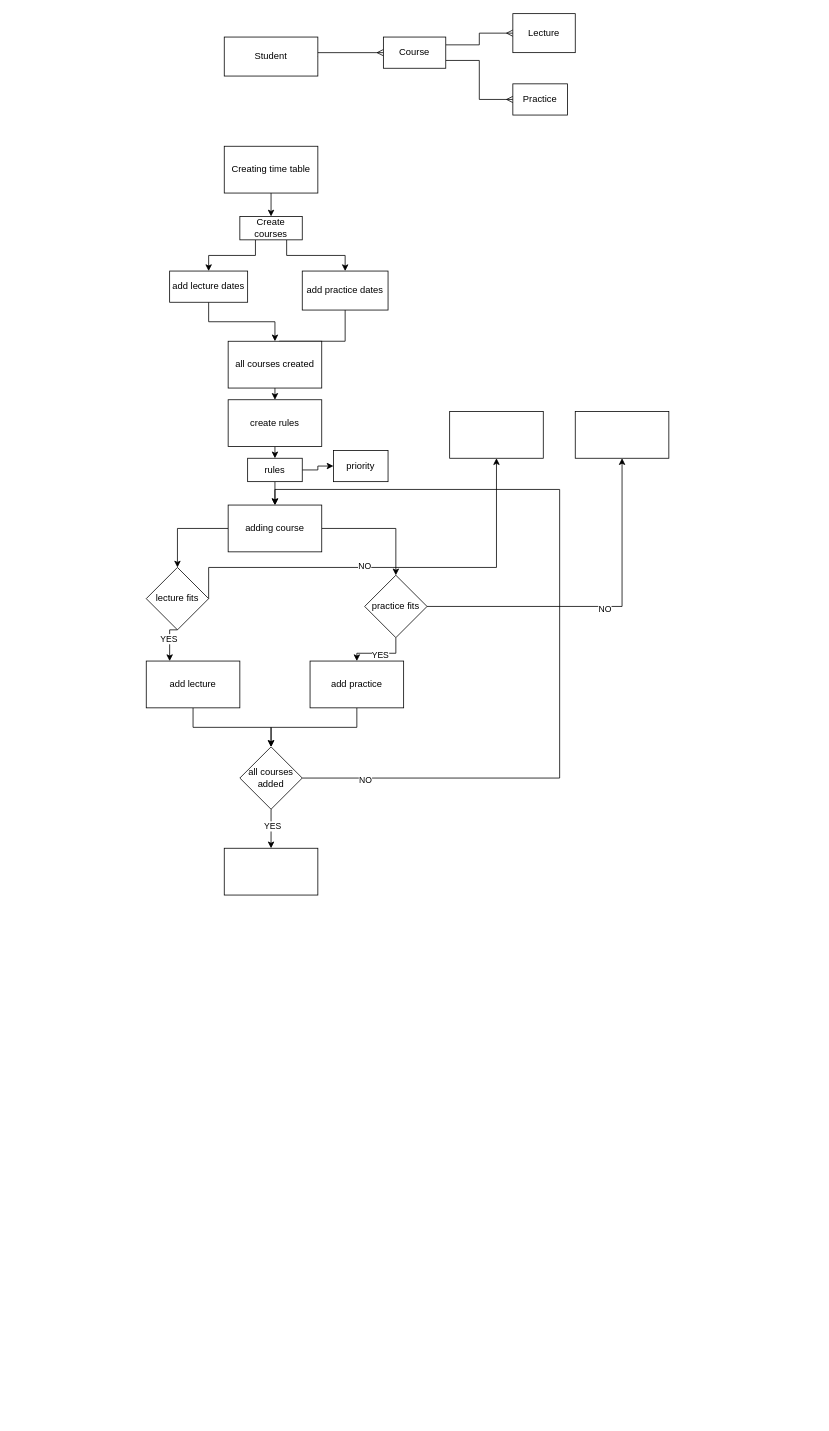
Above: colleage_planer.drawio in adam-filinger/FileMaster (draw.io), before the change. Source tidied: cells renumbered, new cells numbered last; positions are measured from the earlier drawing's top-left corner, leaving out a move shared by most shapes. Both pictures are drawn from the tidied source at 78%, with x=0, y=0 at pixel (146, 13).
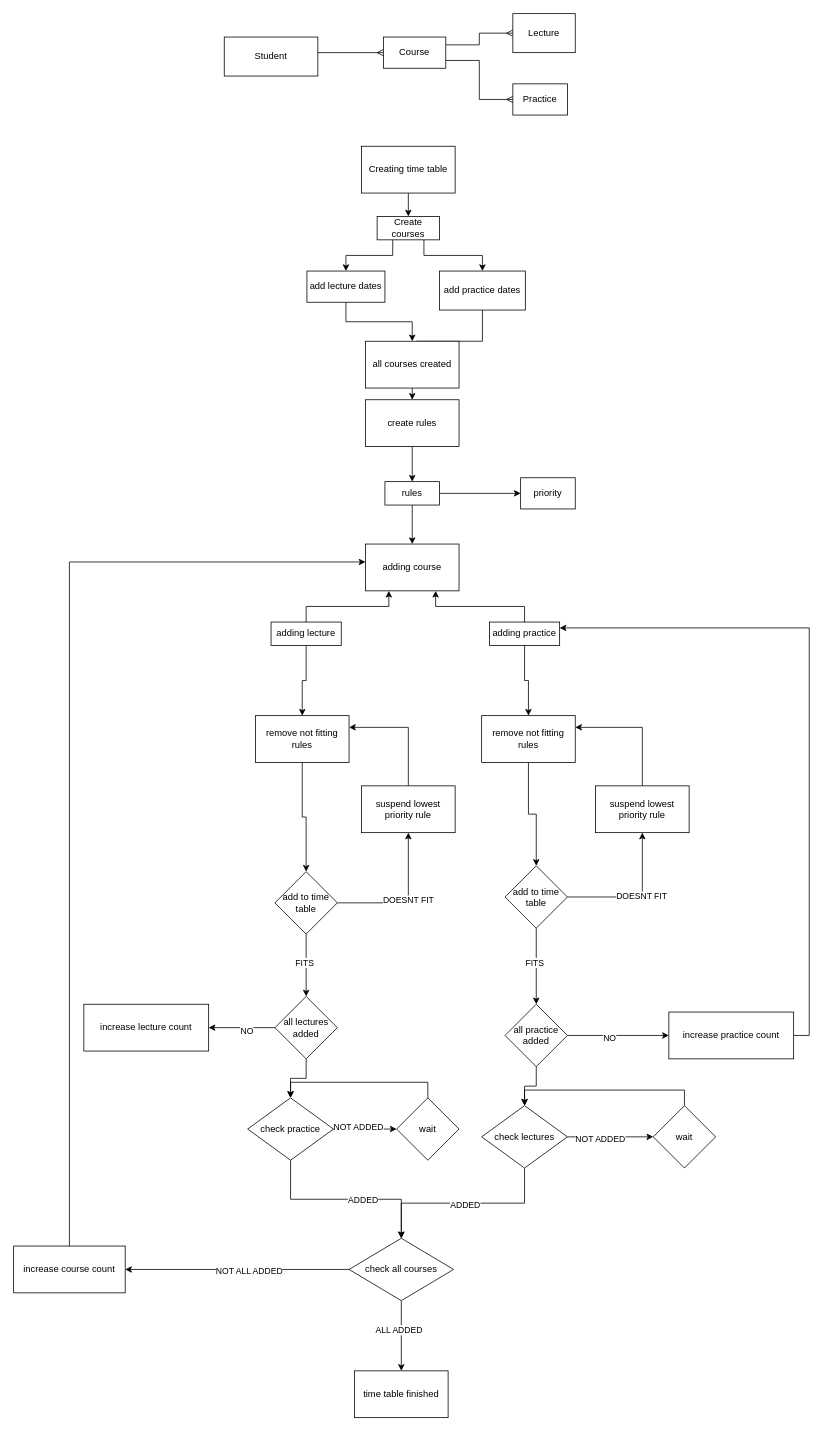
After the change.

The edit, as a diff of the source:
```diff
@@
     <mxCell id="11" value="Creating time table" style="rounded=0;whiteSpace=wrap;html=1;" parent="1" vertex="1">
-      <mxGeometry x="100" y="170" width="120" height="60" as="geometry" />
+      <mxGeometry x="276" y="170" width="120" height="60" as="geometry" />
     </mxCell>
@@
     <mxCell id="14" value="Create courses" style="rounded=0;whiteSpace=wrap;html=1;" parent="1" vertex="1">
-      <mxGeometry x="120" y="260" width="80" height="30" as="geometry" />
+      <mxGeometry x="296" y="260" width="80" height="30" as="geometry" />
     </mxCell>
@@
     <mxCell id="16" value="add lecture dates" style="rounded=0;whiteSpace=wrap;html=1;" parent="1" vertex="1">
-      <mxGeometry x="30" y="330" width="100" height="40" as="geometry" />
+      <mxGeometry x="206" y="330" width="100" height="40" as="geometry" />
     </mxCell>
     <mxCell id="17" style="edgeStyle=orthogonalEdgeStyle;rounded=0;jettySize=auto;html=1;exitX=0.5;exitY=1;exitDx=0;exitDy=0;" parent="1" edge="1" source="18">
       <mxGeometry relative="1" as="geometry">
-        <mxPoint x="170" y="460" as="targetPoint" />
+        <mxPoint x="346" y="460" as="targetPoint" />
       </mxGeometry>
     </mxCell>
     <mxCell id="18" value="add practice dates" style="rounded=0;whiteSpace=wrap;html=1;" parent="1" vertex="1">
-      <mxGeometry x="200" y="330" width="110" height="50" as="geometry" />
+      <mxGeometry x="376" y="330" width="110" height="50" as="geometry" />
     </mxCell>
@@
     <mxCell id="20" value="&lt;div&gt;all courses created&lt;/div&gt;" style="rounded=0;whiteSpace=wrap;html=1;" parent="1" vertex="1">
-      <mxGeometry x="105" y="420" width="120" height="60" as="geometry" />
+      <mxGeometry x="281" y="420" width="120" height="60" as="geometry" />
     </mxCell>
@@
     <mxCell id="22" value="create rules" style="rounded=0;whiteSpace=wrap;html=1;" parent="1" vertex="1">
-      <mxGeometry x="105" y="495" width="120" height="60" as="geometry" />
+      <mxGeometry x="281" y="495" width="120" height="60" as="geometry" />
     </mxCell>
@@
     <mxCell id="25" value="rules" style="rounded=0;whiteSpace=wrap;html=1;" parent="1" vertex="1">
-      <mxGeometry x="130" y="570" width="70" height="30" as="geometry" />
+      <mxGeometry x="306" y="600" width="70" height="30" as="geometry" />
     </mxCell>
     <mxCell id="26" value="priority" style="rounded=0;whiteSpace=wrap;html=1;" parent="1" vertex="1">
-      <mxGeometry x="240" y="560" width="70" height="40" as="geometry" />
+      <mxGeometry x="480" y="595" width="70" height="40" as="geometry" />
     </mxCell>
-    <mxCell id="27" style="edgeStyle=orthogonalEdgeStyle;rounded=0;jettySize=auto;html=1;" parent="1" edge="1" source="29" target="34">
-      <mxGeometry relative="1" as="geometry" />
-    </mxCell>
-    <mxCell id="28" style="edgeStyle=orthogonalEdgeStyle;rounded=0;jettySize=auto;html=1;" parent="1" edge="1" source="29" target="42">
-      <mxGeometry relative="1" as="geometry" />
-    </mxCell>
     <mxCell id="29" value="adding course" style="rounded=0;whiteSpace=wrap;html=1;" parent="1" vertex="1">
-      <mxGeometry x="105" y="630" width="120" height="60" as="geometry" />
+      <mxGeometry x="281" y="680" width="120" height="60" as="geometry" />
     </mxCell>
-    <mxCell id="30" style="edgeStyle=orthogonalEdgeStyle;rounded=0;jettySize=auto;html=1;exitX=0.5;exitY=1;exitDx=0;exitDy=0;" parent="1" edge="1" source="34" target="36">
-      <mxGeometry relative="1" as="geometry">
-        <Array as="points">
-          <mxPoint x="30" y="790" />
-          <mxPoint x="30" y="830" />
-          <mxPoint x="100" y="830" />
-        </Array>
-      </mxGeometry>
-    </mxCell>
-    <mxCell id="31" value="YES" style="edgeLabel;html=1;align=center;verticalAlign=middle;" parent="30" vertex="1">
-      <mxGeometry x="-0.16" y="-2" relative="1" as="geometry" />
-    </mxCell>
-    <mxCell id="32" style="edgeStyle=orthogonalEdgeStyle;rounded=0;jettySize=auto;html=1;exitX=1;exitY=0.5;exitDx=0;exitDy=0;" parent="1" edge="1" source="34" target="37">
-      <mxGeometry relative="1" as="geometry">
-        <Array as="points">
-          <mxPoint x="80" y="710" />
-          <mxPoint x="449" y="710" />
-        </Array>
-      </mxGeometry>
-    </mxCell>
-    <mxCell id="33" value="NO" style="edgeLabel;html=1;align=center;verticalAlign=middle;" parent="32" vertex="1">
-      <mxGeometry x="-0.13" y="2" relative="1" as="geometry" />
-    </mxCell>
-    <mxCell id="34" value="lecture fits" style="rhombus;whiteSpace=wrap;html=1;rounded=0;" parent="1" vertex="1">
-      <mxGeometry y="710" width="80" height="80" as="geometry" />
-    </mxCell>
-    <mxCell id="35" style="edgeStyle=orthogonalEdgeStyle;rounded=0;jettySize=auto;html=1;exitX=0.5;exitY=1;exitDx=0;exitDy=0;entryX=0.5;entryY=0;entryDx=0;entryDy=0;" parent="1" edge="1" source="36" target="50">
-      <mxGeometry relative="1" as="geometry" />
-    </mxCell>
-    <mxCell id="36" value="add lecture" style="whiteSpace=wrap;html=1;rounded=0;" parent="1" vertex="1">
-      <mxGeometry y="830" width="120" height="60" as="geometry" />
-    </mxCell>
-    <mxCell id="37" style="whiteSpace=wrap;html=1;rounded=0;" parent="1" vertex="1">
-      <mxGeometry x="389" y="510" width="120" height="60" as="geometry" />
-    </mxCell>
-    <mxCell id="38" style="edgeStyle=orthogonalEdgeStyle;rounded=0;jettySize=auto;html=1;" parent="1" edge="1" source="42" target="44">
-      <mxGeometry relative="1" as="geometry" />
-    </mxCell>
-    <mxCell id="39" value="YES" style="edgeLabel;html=1;align=center;verticalAlign=middle;" parent="38" vertex="1">
-      <mxGeometry x="0.03" y="1" relative="1" as="geometry" />
-    </mxCell>
-    <mxCell id="40" style="edgeStyle=orthogonalEdgeStyle;rounded=0;jettySize=auto;html=1;" parent="1" edge="1" source="42" target="45">
-      <mxGeometry relative="1" as="geometry" />
-    </mxCell>
-    <mxCell id="41" value="NO" style="edgeLabel;html=1;align=center;verticalAlign=middle;" parent="40" vertex="1">
-      <mxGeometry x="0.03" y="-2" relative="1" as="geometry" />
-    </mxCell>
-    <mxCell id="42" value="practice fits" style="rhombus;whiteSpace=wrap;html=1;rounded=0;" parent="1" vertex="1">
-      <mxGeometry x="280" y="720" width="80" height="80" as="geometry" />
-    </mxCell>
-    <mxCell id="43" style="edgeStyle=orthogonalEdgeStyle;rounded=0;jettySize=auto;html=1;exitX=0.5;exitY=1;exitDx=0;exitDy=0;entryX=0.5;entryY=0;entryDx=0;entryDy=0;" parent="1" edge="1" source="44" target="50">
-      <mxGeometry relative="1" as="geometry" />
-    </mxCell>
-    <mxCell id="44" value="add practice" style="whiteSpace=wrap;html=1;rounded=0;" parent="1" vertex="1">
-      <mxGeometry x="210" y="830" width="120" height="60" as="geometry" />
-    </mxCell>
-    <mxCell id="45" style="whiteSpace=wrap;html=1;rounded=0;" parent="1" vertex="1">
-      <mxGeometry x="550" y="510" width="120" height="60" as="geometry" />
-    </mxCell>
-    <mxCell id="46" style="edgeStyle=orthogonalEdgeStyle;rounded=0;jettySize=auto;html=1;exitX=1;exitY=0.5;exitDx=0;exitDy=0;entryX=0.5;entryY=0;entryDx=0;entryDy=0;" parent="1" edge="1" source="50" target="29">
-      <mxGeometry relative="1" as="geometry">
-        <Array as="points">
-          <mxPoint x="530" y="980" />
-          <mxPoint x="530" y="610" />
-          <mxPoint x="165" y="610" />
-        </Array>
-      </mxGeometry>
-    </mxCell>
-    <mxCell id="47" value="NO" style="edgeLabel;html=1;align=center;verticalAlign=middle;" parent="46" vertex="1">
-      <mxGeometry x="-0.19" y="-2" relative="1" as="geometry">
-        <mxPoint x="-252" y="111" as="offset" />
-      </mxGeometry>
-    </mxCell>
-    <mxCell id="48" style="edgeStyle=orthogonalEdgeStyle;rounded=0;jettySize=auto;html=1;exitX=0.5;exitY=1;exitDx=0;exitDy=0;entryX=0.5;entryY=0;entryDx=0;entryDy=0;" parent="1" edge="1" source="50" target="51">
-      <mxGeometry relative="1" as="geometry" />
-    </mxCell>
-    <mxCell id="49" value="YES" style="edgeLabel;html=1;align=center;verticalAlign=middle;" parent="48" vertex="1">
-      <mxGeometry x="-0.16" y="1" relative="1" as="geometry" />
-    </mxCell>
-    <mxCell id="50" value="all courses added" style="rhombus;whiteSpace=wrap;html=1;" parent="1" vertex="1">
-      <mxGeometry x="120" y="940" width="80" height="80" as="geometry" />
-    </mxCell>
-    <mxCell id="51" style="rounded=0;whiteSpace=wrap;html=1;" parent="1" vertex="1">
-      <mxGeometry x="100" y="1070" width="120" height="60" as="geometry" />
-    </mxCell>
+    <mxCell id="52" style="edgeStyle=orthogonalEdgeStyle;rounded=0;jettySize=auto;html=1;exitX=0.5;exitY=0;exitDx=0;exitDy=0;entryX=0.25;entryY=1;entryDx=0;entryDy=0;" parent="1" edge="1" source="53" target="29">
+      <mxGeometry relative="1" as="geometry" />
+    </mxCell>
+    <mxCell id="53" value="adding lecture" style="rounded=0;whiteSpace=wrap;html=1;" parent="1" vertex="1">
+      <mxGeometry x="160" y="780" width="90" height="30" as="geometry" />
+    </mxCell>
+    <mxCell id="54" style="edgeStyle=orthogonalEdgeStyle;rounded=0;jettySize=auto;html=1;exitX=0.5;exitY=0;exitDx=0;exitDy=0;entryX=0.75;entryY=1;entryDx=0;entryDy=0;" parent="1" edge="1" source="55" target="29">
+      <mxGeometry relative="1" as="geometry" />
+    </mxCell>
+    <mxCell id="55" value="adding practice" style="rounded=0;whiteSpace=wrap;html=1;" parent="1" vertex="1">
+      <mxGeometry x="440" y="780" width="90" height="30" as="geometry" />
+    </mxCell>
+    <mxCell id="56" style="edgeStyle=orthogonalEdgeStyle;rounded=0;jettySize=auto;html=1;exitX=0.5;exitY=1;exitDx=0;exitDy=0;" parent="1" edge="1" source="53" target="58">
+      <mxGeometry relative="1" as="geometry" />
+    </mxCell>
+    <mxCell id="57" style="edgeStyle=orthogonalEdgeStyle;rounded=0;jettySize=auto;html=1;" parent="1" edge="1" source="58" target="63">
+      <mxGeometry relative="1" as="geometry" />
+    </mxCell>
+    <mxCell id="58" value="remove not fitting rules" style="whiteSpace=wrap;html=1;rounded=0;" parent="1" vertex="1">
+      <mxGeometry x="140" y="900" width="120" height="60" as="geometry" />
+    </mxCell>
+    <mxCell id="59" style="edgeStyle=orthogonalEdgeStyle;rounded=0;jettySize=auto;html=1;" parent="1" edge="1" source="63" target="67">
+      <mxGeometry relative="1" as="geometry" />
+    </mxCell>
+    <mxCell id="60" value="FITS" style="edgeLabel;html=1;align=center;verticalAlign=middle;" parent="59" vertex="1">
+      <mxGeometry x="-0.1" y="-3" relative="1" as="geometry" />
+    </mxCell>
+    <mxCell id="61" style="edgeStyle=orthogonalEdgeStyle;rounded=0;jettySize=auto;html=1;" parent="1" edge="1" source="63" target="70">
+      <mxGeometry relative="1" as="geometry" />
+    </mxCell>
+    <mxCell id="62" value="DOESNT FIT" style="edgeLabel;html=1;align=center;verticalAlign=middle;" parent="61" vertex="1">
+      <mxGeometry x="0.05" y="1" relative="1" as="geometry" />
+    </mxCell>
+    <mxCell id="63" value="add to time table" style="rhombus;whiteSpace=wrap;html=1;rounded=0;" parent="1" vertex="1">
+      <mxGeometry x="165" y="1100" width="80" height="80" as="geometry" />
+    </mxCell>
+    <mxCell id="64" style="edgeStyle=orthogonalEdgeStyle;rounded=0;jettySize=auto;html=1;" parent="1" edge="1" source="67" target="68">
+      <mxGeometry relative="1" as="geometry" />
+    </mxCell>
+    <mxCell id="65" value="NO" style="edgeLabel;html=1;align=center;verticalAlign=middle;" parent="64" vertex="1">
+      <mxGeometry x="-0.13" y="4" relative="1" as="geometry" />
+    </mxCell>
+    <mxCell id="66" style="edgeStyle=orthogonalEdgeStyle;rounded=0;jettySize=auto;html=1;exitX=0.5;exitY=1;exitDx=0;exitDy=0;entryX=0.5;entryY=0;entryDx=0;entryDy=0;" parent="1" edge="1" source="67" target="90">
+      <mxGeometry relative="1" as="geometry" />
+    </mxCell>
+    <mxCell id="67" value="all lectures added" style="rhombus;whiteSpace=wrap;html=1;rounded=0;" parent="1" vertex="1">
+      <mxGeometry x="165" y="1260" width="80" height="80" as="geometry" />
+    </mxCell>
+    <mxCell id="68" value="increase lecture count" style="whiteSpace=wrap;html=1;rounded=0;" parent="1" vertex="1">
+      <mxGeometry x="-80" y="1270" width="160" height="60" as="geometry" />
+    </mxCell>
+    <mxCell id="69" style="edgeStyle=orthogonalEdgeStyle;rounded=0;jettySize=auto;html=1;exitX=0.5;exitY=0;exitDx=0;exitDy=0;entryX=1;entryY=0.25;entryDx=0;entryDy=0;" parent="1" edge="1" source="70" target="58">
+      <mxGeometry relative="1" as="geometry" />
+    </mxCell>
+    <mxCell id="70" value="suspend lowest priority rule" style="whiteSpace=wrap;html=1;rounded=0;" parent="1" vertex="1">
+      <mxGeometry x="276" y="990" width="120" height="60" as="geometry" />
+    </mxCell>
+    <mxCell id="71" style="edgeStyle=orthogonalEdgeStyle;rounded=0;jettySize=auto;html=1;exitX=0.5;exitY=1;exitDx=0;exitDy=0;" parent="1" edge="1" source="55" target="73">
+      <mxGeometry relative="1" as="geometry" />
+    </mxCell>
+    <mxCell id="72" style="edgeStyle=orthogonalEdgeStyle;rounded=0;jettySize=auto;html=1;" parent="1" edge="1" source="73" target="78">
+      <mxGeometry relative="1" as="geometry" />
+    </mxCell>
+    <mxCell id="73" value="remove not fitting rules" style="whiteSpace=wrap;html=1;rounded=0;" parent="1" vertex="1">
+      <mxGeometry x="430" y="900" width="120" height="60" as="geometry" />
+    </mxCell>
+    <mxCell id="74" style="edgeStyle=orthogonalEdgeStyle;rounded=0;jettySize=auto;html=1;entryX=0.5;entryY=0;entryDx=0;entryDy=0;" parent="1" edge="1" source="78" target="85">
+      <mxGeometry relative="1" as="geometry" />
+    </mxCell>
+    <mxCell id="75" value="FITS" style="edgeLabel;html=1;align=center;verticalAlign=middle;" parent="74" vertex="1">
+      <mxGeometry x="-0.1" y="-3" relative="1" as="geometry" />
+    </mxCell>
+    <mxCell id="76" style="edgeStyle=orthogonalEdgeStyle;rounded=0;jettySize=auto;html=1;" parent="1" edge="1" source="78" target="80">
+      <mxGeometry relative="1" as="geometry" />
+    </mxCell>
+    <mxCell id="77" value="DOESNT FIT" style="edgeLabel;html=1;align=center;verticalAlign=middle;" parent="76" vertex="1">
+      <mxGeometry x="0.05" y="1" relative="1" as="geometry" />
+    </mxCell>
+    <mxCell id="78" value="add to time table" style="rhombus;whiteSpace=wrap;html=1;rounded=0;" parent="1" vertex="1">
+      <mxGeometry x="460" y="1092.5" width="80" height="80" as="geometry" />
+    </mxCell>
+    <mxCell id="79" style="edgeStyle=orthogonalEdgeStyle;rounded=0;jettySize=auto;html=1;exitX=0.5;exitY=0;exitDx=0;exitDy=0;entryX=1;entryY=0.25;entryDx=0;entryDy=0;" parent="1" edge="1" source="80" target="73">
+      <mxGeometry relative="1" as="geometry" />
+    </mxCell>
+    <mxCell id="80" value="suspend lowest priority rule" style="whiteSpace=wrap;html=1;rounded=0;" parent="1" vertex="1">
+      <mxGeometry x="576" y="990" width="120" height="60" as="geometry" />
+    </mxCell>
+    <mxCell id="81" style="edgeStyle=orthogonalEdgeStyle;rounded=0;jettySize=auto;html=1;exitX=1;exitY=0.5;exitDx=0;exitDy=0;entryX=1;entryY=0.25;entryDx=0;entryDy=0;" parent="1" edge="1" source="82" target="55">
+      <mxGeometry relative="1" as="geometry" />
+    </mxCell>
+    <mxCell id="82" value="increase practice count" style="whiteSpace=wrap;html=1;rounded=0;" parent="1" vertex="1">
+      <mxGeometry x="670" y="1280" width="160" height="60" as="geometry" />
+    </mxCell>
+    <mxCell id="83" style="edgeStyle=orthogonalEdgeStyle;rounded=0;jettySize=auto;html=1;exitX=1;exitY=0.5;exitDx=0;exitDy=0;entryX=0;entryY=0.5;entryDx=0;entryDy=0;" parent="1" edge="1" source="85" target="82">
+      <mxGeometry relative="1" as="geometry" />
+    </mxCell>
+    <mxCell id="84" value="NO" style="edgeLabel;html=1;align=center;verticalAlign=middle;" parent="83" vertex="1">
+      <mxGeometry x="-0.19" y="-2" relative="1" as="geometry" />
+    </mxCell>
+    <mxCell id="85" value="all practice added" style="rhombus;whiteSpace=wrap;html=1;rounded=0;" parent="1" vertex="1">
+      <mxGeometry x="460" y="1270" width="80" height="80" as="geometry" />
+    </mxCell>
+    <mxCell id="86" style="edgeStyle=orthogonalEdgeStyle;rounded=0;jettySize=auto;html=1;" parent="1" edge="1" source="90" target="92">
+      <mxGeometry relative="1" as="geometry" />
+    </mxCell>
+    <mxCell id="87" value="NOT ADDED" style="edgeLabel;html=1;align=center;verticalAlign=middle;" parent="86" vertex="1">
+      <mxGeometry x="-0.23" y="3" relative="1" as="geometry" />
+    </mxCell>
+    <mxCell id="88" style="edgeStyle=orthogonalEdgeStyle;rounded=0;jettySize=auto;html=1;exitX=0.5;exitY=1;exitDx=0;exitDy=0;entryX=0.5;entryY=0;entryDx=0;entryDy=0;" parent="1" edge="1" source="90" target="103">
+      <mxGeometry relative="1" as="geometry" />
+    </mxCell>
+    <mxCell id="89" value="ADDED" style="edgeLabel;html=1;align=center;verticalAlign=middle;" parent="88" vertex="1">
+      <mxGeometry x="0.17" relative="1" as="geometry" />
+    </mxCell>
+    <mxCell id="90" value="check practice" style="rhombus;whiteSpace=wrap;html=1;" parent="1" vertex="1">
+      <mxGeometry x="130" y="1390" width="110" height="80" as="geometry" />
+    </mxCell>
+    <mxCell id="91" style="edgeStyle=orthogonalEdgeStyle;rounded=0;jettySize=auto;html=1;exitX=0.5;exitY=0;exitDx=0;exitDy=0;entryX=0.5;entryY=0;entryDx=0;entryDy=0;" parent="1" edge="1" source="92" target="90">
+      <mxGeometry relative="1" as="geometry" />
+    </mxCell>
+    <mxCell id="92" value="wait" style="rhombus;whiteSpace=wrap;html=1;" parent="1" vertex="1">
+      <mxGeometry x="321" y="1390" width="80" height="80" as="geometry" />
+    </mxCell>
+    <mxCell id="93" style="edgeStyle=orthogonalEdgeStyle;rounded=0;jettySize=auto;html=1;exitX=0.5;exitY=1;exitDx=0;exitDy=0;entryX=0.5;entryY=0;entryDx=0;entryDy=0;" parent="1" edge="1" source="85" target="98">
+      <mxGeometry relative="1" as="geometry" />
+    </mxCell>
+    <mxCell id="94" style="edgeStyle=orthogonalEdgeStyle;rounded=0;jettySize=auto;html=1;" parent="1" edge="1" source="98" target="100">
+      <mxGeometry relative="1" as="geometry" />
+    </mxCell>
+    <mxCell id="95" value="NOT ADDED" style="edgeLabel;html=1;align=center;verticalAlign=middle;" parent="94" vertex="1">
+      <mxGeometry x="-0.25" y="-2" relative="1" as="geometry" />
+    </mxCell>
+    <mxCell id="96" style="edgeStyle=orthogonalEdgeStyle;rounded=0;jettySize=auto;html=1;exitX=0.5;exitY=1;exitDx=0;exitDy=0;" parent="1" edge="1" source="98" target="103">
+      <mxGeometry relative="1" as="geometry" />
+    </mxCell>
+    <mxCell id="97" value="ADDED" style="edgeLabel;html=1;align=center;verticalAlign=middle;" parent="96" vertex="1">
+      <mxGeometry x="-0.02" y="2" relative="1" as="geometry" />
+    </mxCell>
+    <mxCell id="98" value="check lectures" style="rhombus;whiteSpace=wrap;html=1;" parent="1" vertex="1">
+      <mxGeometry x="430" y="1400" width="110" height="80" as="geometry" />
+    </mxCell>
+    <mxCell id="99" style="edgeStyle=orthogonalEdgeStyle;rounded=0;jettySize=auto;html=1;exitX=0.5;exitY=0;exitDx=0;exitDy=0;entryX=0.5;entryY=0;entryDx=0;entryDy=0;" parent="1" edge="1" source="100" target="98">
+      <mxGeometry relative="1" as="geometry" />
+    </mxCell>
+    <mxCell id="100" value="wait" style="rhombus;whiteSpace=wrap;html=1;" parent="1" vertex="1">
+      <mxGeometry x="650" y="1400" width="80" height="80" as="geometry" />
+    </mxCell>
+    <mxCell id="101" style="edgeStyle=orthogonalEdgeStyle;rounded=0;jettySize=auto;html=1;" parent="1" edge="1" source="103" target="108">
+      <mxGeometry relative="1" as="geometry" />
+    </mxCell>
+    <mxCell id="102" value="ALL ADDED" style="edgeLabel;html=1;align=center;verticalAlign=middle;" parent="101" vertex="1">
+      <mxGeometry x="-0.18" y="-4" relative="1" as="geometry" />
+    </mxCell>
+    <mxCell id="103" value="check all courses" style="rhombus;whiteSpace=wrap;html=1;" parent="1" vertex="1">
+      <mxGeometry x="260" y="1570" width="134" height="80" as="geometry" />
+    </mxCell>
+    <mxCell id="104" style="edgeStyle=orthogonalEdgeStyle;rounded=0;jettySize=auto;html=1;exitX=0;exitY=0.5;exitDx=0;exitDy=0;" parent="1" edge="1" source="103" target="106">
+      <mxGeometry relative="1" as="geometry" />
+    </mxCell>
+    <mxCell id="105" value="NOT ALL ADDED" style="edgeLabel;html=1;align=center;verticalAlign=middle;" parent="104" vertex="1">
+      <mxGeometry x="-0.1" y="1" relative="1" as="geometry" />
+    </mxCell>
+    <mxCell id="106" value="increase course count" style="whiteSpace=wrap;html=1;" parent="1" vertex="1">
+      <mxGeometry x="-170" y="1580" width="143" height="60" as="geometry" />
+    </mxCell>
+    <mxCell id="107" style="edgeStyle=orthogonalEdgeStyle;rounded=0;jettySize=auto;html=1;exitX=0.5;exitY=0;exitDx=0;exitDy=0;entryX=0;entryY=0.383;entryDx=0;entryDy=0;entryPerimeter=0;" parent="1" edge="1" source="106" target="29">
+      <mxGeometry relative="1" as="geometry" />
+    </mxCell>
+    <mxCell id="108" value="time table finished" style="whiteSpace=wrap;html=1;" parent="1" vertex="1">
+      <mxGeometry x="267" y="1740" width="120" height="60" as="geometry" />
+    </mxCell>
```
